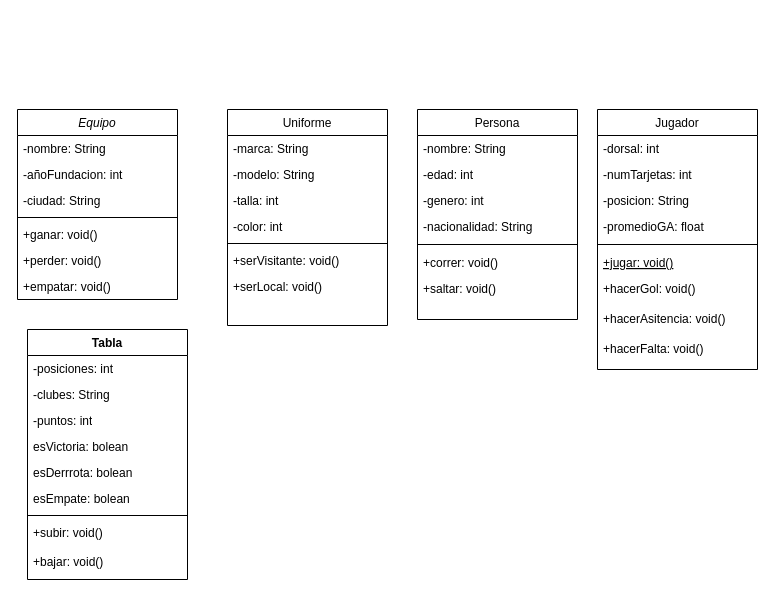
The draw.io diagram Diagrama sin título.drawio in verdugong/Geometry_Sebastian-Verdugo, before the edit. Source tidied: cells renumbered, new cells numbered last; positions are measured from the earlier drawing's top-left corner, leaving out a move shared by most shapes. Both pictures are drawn from the tidied source at 100%, with x=0, y=0 at pixel (17, 109).
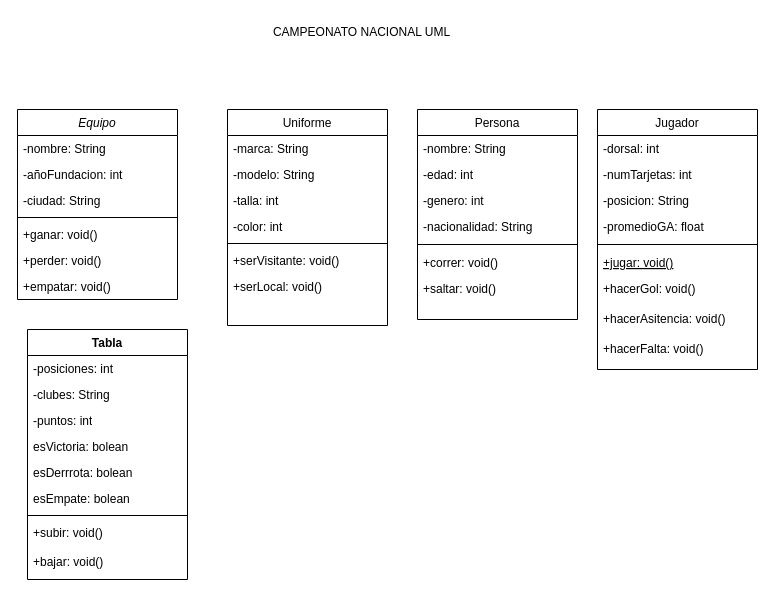
The same page after the edit.

The edit, as a diff of the source:
```diff
@@
+    <mxCell id="45" value="CAMPEONATO NACIONAL UML" style="text;html=1;align=center;verticalAlign=middle;strokeColor=none;fillColor=none;" parent="1" vertex="1">
+      <mxGeometry x="244" y="-92" width="200" height="30" as="geometry" />
+    </mxCell>
```
